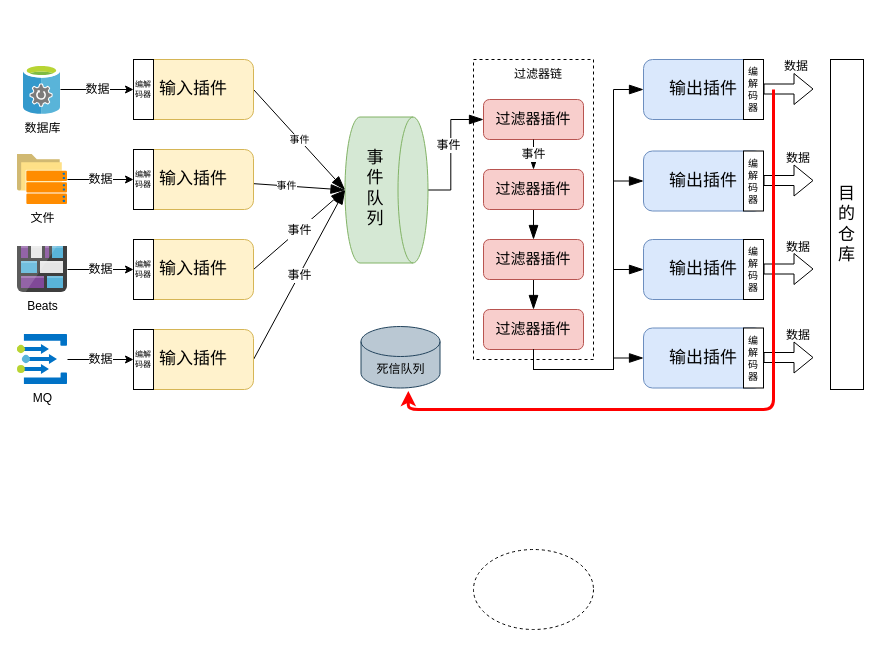
Earlier version of the draw.io diagram Logstash.drawio (Fireman730/myown). Source tidied: cells renumbered, new cells numbered last; positions are measured from the earlier drawing's top-left corner, leaving out a move shared by most shapes. Both pictures are drawn from the tidied source at 100%, with x=0, y=0 at pixel (17, 56).
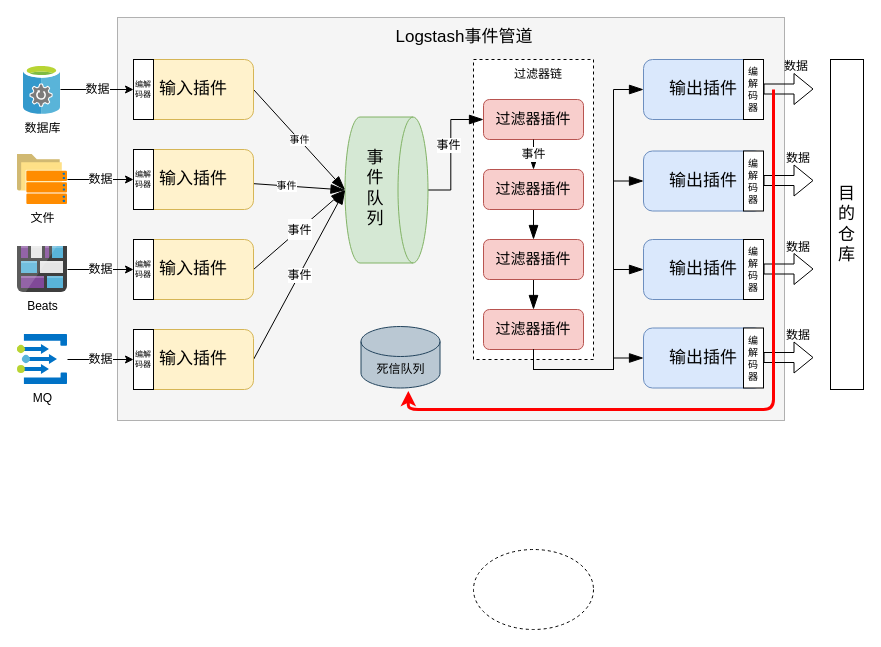
The same diagram, later.

What changed in the source:
```diff
@@
+    <mxCell id="60" style="rounded=0;whiteSpace=wrap;html=1;fontSize=17;dashed=1;dashPattern=1 1;fillColor=#f5f5f5;strokeColor=#666666;fontColor=#333333;" parent="1" vertex="1">
+      <mxGeometry x="100" y="-39" width="667" height="403" as="geometry" />
+    </mxCell>
@@
+    <mxCell id="61" value="Logstash事件管道" style="text;html=1;strokeColor=none;fillColor=none;align=center;verticalAlign=middle;whiteSpace=wrap;rounded=0;fontSize=17;" parent="1" vertex="1">
+      <mxGeometry x="367.5" y="-38" width="157.5" height="38" as="geometry" />
+    </mxCell>
```
